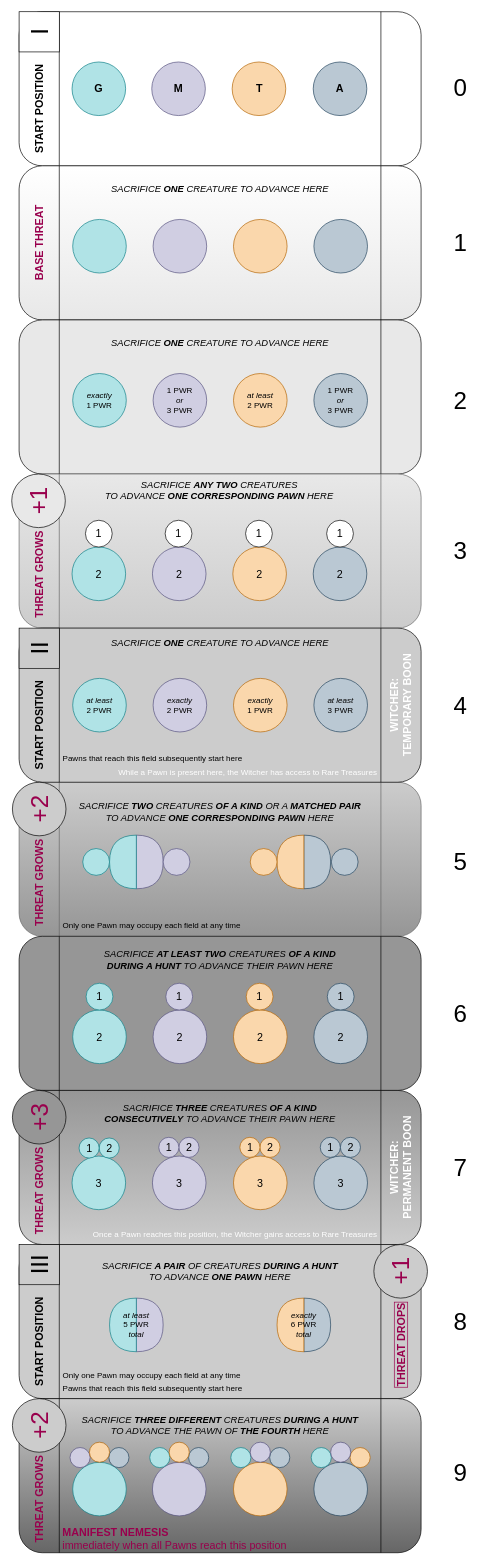
Above: Altar.drawio in eldritch-bender/OPMech (draw.io), before the change. Source tidied: cells renumbered, new cells numbered last; positions are measured from the earlier drawing's top-left corner, leaving out a move shared by most shapes. Both pictures are drawn from the tidied source at 67%, with x=0, y=0 at pixel (11, 11).
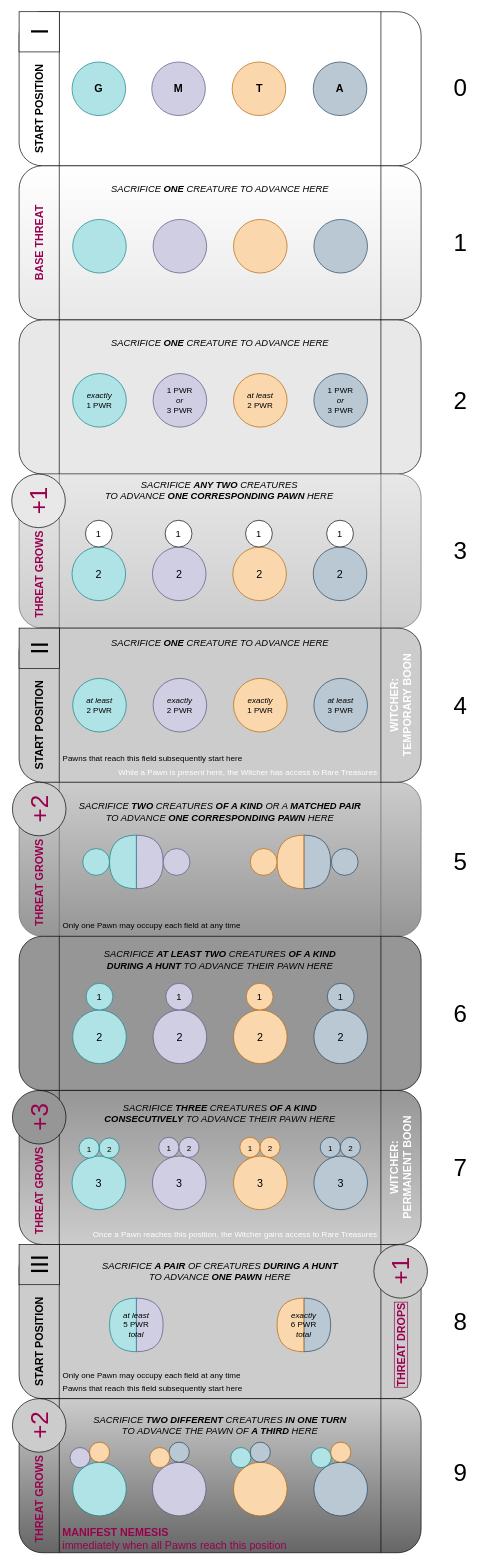
The same page after the edit.

The edit, as a diff of the source:
```diff
@@
-    <mxCell id="43" value="1" style="ellipse;whiteSpace=wrap;html=1;fontSize=16;" parent="1" vertex="1">
+    <mxCell id="43" value="&lt;font style=&quot;font-size: 14px&quot;&gt;1&lt;/font&gt;" style="ellipse;whiteSpace=wrap;html=1;fontSize=16;" parent="1" vertex="1">
       <mxGeometry x="110" y="759" width="40" height="40" as="geometry" />
     </mxCell>
-    <mxCell id="44" value="1" style="ellipse;whiteSpace=wrap;html=1;fontSize=16;" parent="1" vertex="1">
+    <mxCell id="44" value="&lt;font style=&quot;font-size: 14px&quot;&gt;1&lt;/font&gt;" style="ellipse;whiteSpace=wrap;html=1;fontSize=16;" parent="1" vertex="1">
       <mxGeometry x="229" y="759" width="40" height="40" as="geometry" />
     </mxCell>
-    <mxCell id="45" value="1" style="ellipse;whiteSpace=wrap;html=1;fontSize=16;" parent="1" vertex="1">
+    <mxCell id="45" value="&lt;font style=&quot;font-size: 14px&quot;&gt;1&lt;/font&gt;" style="ellipse;whiteSpace=wrap;html=1;fontSize=16;" parent="1" vertex="1">
       <mxGeometry x="349" y="759" width="40" height="40" as="geometry" />
     </mxCell>
-    <mxCell id="46" value="1" style="ellipse;whiteSpace=wrap;html=1;fontSize=16;" parent="1" vertex="1">
+    <mxCell id="46" value="&lt;font style=&quot;font-size: 14px&quot;&gt;1&lt;/font&gt;" style="ellipse;whiteSpace=wrap;html=1;fontSize=16;" parent="1" vertex="1">
       <mxGeometry x="470" y="759" width="40" height="40" as="geometry" />
     </mxCell>
@@
-    <mxCell id="87" value="&lt;i style=&quot;font-size: 14px&quot;&gt;SACRIFICE &lt;b&gt;THREE DIFFERENT&amp;nbsp;&lt;/b&gt;CREATURES &lt;b&gt;DURING A HUNT&lt;br&gt;&lt;/b&gt;TO ADVANCE THE PAWN OF &lt;b&gt;THE FOURTH&lt;/b&gt; HERE&lt;/i&gt;" style="text;html=1;strokeColor=none;fillColor=none;align=center;verticalAlign=middle;whiteSpace=wrap;rounded=1;" parent="1" vertex="1">
+    <mxCell id="87" value="&lt;i style=&quot;font-size: 14px&quot;&gt;SACRIFICE &lt;b&gt;TWO DIFFERENT&amp;nbsp;&lt;/b&gt;CREATURES &lt;b&gt;IN ONE TURN&lt;br&gt;&lt;/b&gt;TO ADVANCE THE PAWN OF&amp;nbsp;&lt;b&gt;A THIRD&amp;nbsp;&lt;/b&gt;HERE&lt;/i&gt;" style="text;html=1;strokeColor=none;fillColor=none;align=center;verticalAlign=middle;whiteSpace=wrap;rounded=1;" parent="1" vertex="1">
       <mxGeometry x="71" y="2095" width="480" height="30" as="geometry" />
     </mxCell>
-    <mxCell id="88" style="ellipse;whiteSpace=wrap;html=1;labelBackgroundColor=none;labelBorderColor=none;fontSize=16;fillColor=#bac8d3;align=center;verticalAlign=middle;strokeColor=#23445d;" parent="1" vertex="1">
-      <mxGeometry x="145" y="2143" width="30" height="30" as="geometry" />
-    </mxCell>
@@
-    <mxCell id="92" style="ellipse;whiteSpace=wrap;html=1;labelBackgroundColor=none;labelBorderColor=none;fontSize=16;fillColor=#bac8d3;align=center;verticalAlign=middle;strokeColor=#23445d;" parent="1" vertex="1">
-      <mxGeometry x="264" y="2143" width="30" height="30" as="geometry" />
-    </mxCell>
-    <mxCell id="93" style="ellipse;whiteSpace=wrap;html=1;labelBackgroundColor=none;labelBorderColor=none;fontSize=16;fillColor=#b0e3e6;align=center;verticalAlign=middle;strokeColor=#0e8088;" parent="1" vertex="1">
-      <mxGeometry x="206" y="2143" width="30" height="30" as="geometry" />
-    </mxCell>
-    <mxCell id="94" style="ellipse;whiteSpace=wrap;html=1;labelBackgroundColor=none;labelBorderColor=none;fontSize=16;fillColor=#fad7ac;align=center;verticalAlign=middle;strokeColor=#b46504;" parent="1" vertex="1">
+    <mxCell id="94" style="ellipse;whiteSpace=wrap;html=1;labelBackgroundColor=none;labelBorderColor=none;fontSize=16;fillColor=#bac8d3;align=center;verticalAlign=middle;strokeColor=#23445d;" parent="1" vertex="1">
       <mxGeometry x="235" y="2135" width="30" height="30" as="geometry" />
     </mxCell>
@@
-    <mxCell id="96" style="ellipse;whiteSpace=wrap;html=1;labelBackgroundColor=none;labelBorderColor=none;fontSize=16;fillColor=#bac8d3;align=center;verticalAlign=middle;strokeColor=#23445d;" parent="1" vertex="1">
-      <mxGeometry x="385" y="2143" width="30" height="30" as="geometry" />
-    </mxCell>
@@
-    <mxCell id="98" style="ellipse;whiteSpace=wrap;html=1;labelBackgroundColor=none;labelBorderColor=none;fontSize=16;fillColor=#d0cee2;align=center;verticalAlign=middle;strokeColor=#56517e;" parent="1" vertex="1">
-      <mxGeometry x="356" y="2135" width="30" height="30" as="geometry" />
-    </mxCell>
@@
-    <mxCell id="100" style="ellipse;whiteSpace=wrap;html=1;labelBackgroundColor=none;labelBorderColor=none;fontSize=16;fillColor=#fad7ac;align=center;verticalAlign=middle;strokeColor=#b46504;" parent="1" vertex="1">
-      <mxGeometry x="505" y="2143" width="30" height="30" as="geometry" />
-    </mxCell>
@@
-    <mxCell id="102" style="ellipse;whiteSpace=wrap;html=1;labelBackgroundColor=none;labelBorderColor=none;fontSize=16;fillColor=#d0cee2;align=center;verticalAlign=middle;strokeColor=#56517e;" parent="1" vertex="1">
+    <mxCell id="102" style="ellipse;whiteSpace=wrap;html=1;labelBackgroundColor=none;labelBorderColor=none;fontSize=16;fillColor=#fad7ac;align=center;verticalAlign=middle;strokeColor=#b46504;" parent="1" vertex="1">
       <mxGeometry x="476" y="2135" width="30" height="30" as="geometry" />
     </mxCell>
@@
-    <mxCell id="121" value="1" style="ellipse;whiteSpace=wrap;html=1;fontSize=16;fillColor=#b0e3e6;strokeColor=#0e8088;" parent="1" vertex="1">
+    <mxCell id="121" value="&lt;font style=&quot;font-size: 14px&quot;&gt;1&lt;/font&gt;" style="ellipse;whiteSpace=wrap;html=1;fontSize=16;fillColor=#b0e3e6;strokeColor=#0e8088;" parent="1" vertex="1">
       <mxGeometry x="111" y="1450" width="40" height="40" as="geometry" />
     </mxCell>
-    <mxCell id="122" value="1" style="ellipse;whiteSpace=wrap;html=1;fontSize=16;fillColor=#d0cee2;strokeColor=#56517e;" parent="1" vertex="1">
+    <mxCell id="122" value="&lt;font style=&quot;font-size: 14px&quot;&gt;1&lt;/font&gt;" style="ellipse;whiteSpace=wrap;html=1;fontSize=16;fillColor=#d0cee2;strokeColor=#56517e;" parent="1" vertex="1">
       <mxGeometry x="230" y="1450" width="40" height="40" as="geometry" />
     </mxCell>
-    <mxCell id="123" value="1" style="ellipse;whiteSpace=wrap;html=1;fontSize=16;fillColor=#fad7ac;strokeColor=#b46504;" parent="1" vertex="1">
+    <mxCell id="123" value="&lt;font style=&quot;font-size: 14px&quot;&gt;1&lt;/font&gt;" style="ellipse;whiteSpace=wrap;html=1;fontSize=16;fillColor=#fad7ac;strokeColor=#b46504;" parent="1" vertex="1">
       <mxGeometry x="350" y="1450" width="40" height="40" as="geometry" />
     </mxCell>
-    <mxCell id="124" value="1" style="ellipse;whiteSpace=wrap;html=1;fontSize=16;fillColor=#bac8d3;strokeColor=#23445d;" parent="1" vertex="1">
+    <mxCell id="124" value="&lt;font style=&quot;font-size: 14px&quot;&gt;1&lt;/font&gt;" style="ellipse;whiteSpace=wrap;html=1;fontSize=16;fillColor=#bac8d3;strokeColor=#23445d;" parent="1" vertex="1">
       <mxGeometry x="471" y="1450" width="40" height="40" as="geometry" />
     </mxCell>
@@
-    <mxCell id="131" value="2" style="ellipse;whiteSpace=wrap;html=1;labelBackgroundColor=none;labelBorderColor=none;fontSize=16;fillColor=#b0e3e6;align=center;verticalAlign=middle;strokeColor=#0e8088;" parent="1" vertex="1">
+    <mxCell id="131" value="&lt;font style=&quot;font-size: 12px&quot;&gt;2&lt;/font&gt;" style="ellipse;whiteSpace=wrap;html=1;labelBackgroundColor=none;labelBorderColor=none;fontSize=16;fillColor=#b0e3e6;align=center;verticalAlign=middle;strokeColor=#0e8088;" parent="1" vertex="1">
       <mxGeometry x="130.5" y="1681" width="30" height="30" as="geometry" />
     </mxCell>
-    <mxCell id="132" value="1" style="ellipse;whiteSpace=wrap;html=1;labelBackgroundColor=none;labelBorderColor=none;fontSize=16;fillColor=#b0e3e6;align=center;verticalAlign=middle;strokeColor=#0e8088;" parent="1" vertex="1">
+    <mxCell id="132" value="&lt;font style=&quot;font-size: 12px&quot;&gt;1&lt;/font&gt;" style="ellipse;whiteSpace=wrap;html=1;labelBackgroundColor=none;labelBorderColor=none;fontSize=16;fillColor=#b0e3e6;align=center;verticalAlign=middle;strokeColor=#0e8088;" parent="1" vertex="1">
       <mxGeometry x="100.5" y="1681" width="30" height="30" as="geometry" />
     </mxCell>
@@
-    <mxCell id="134" value="2" style="ellipse;whiteSpace=wrap;html=1;labelBackgroundColor=none;labelBorderColor=none;fontSize=16;fillColor=#d0cee2;align=center;verticalAlign=middle;strokeColor=#56517e;" parent="1" vertex="1">
+    <mxCell id="134" value="&lt;font style=&quot;font-size: 12px&quot;&gt;2&lt;/font&gt;" style="ellipse;whiteSpace=wrap;html=1;labelBackgroundColor=none;labelBorderColor=none;fontSize=16;fillColor=#d0cee2;align=center;verticalAlign=middle;strokeColor=#56517e;" parent="1" vertex="1">
       <mxGeometry x="249.5" y="1680" width="30" height="30" as="geometry" />
     </mxCell>
-    <mxCell id="135" value="1" style="ellipse;whiteSpace=wrap;html=1;labelBackgroundColor=none;labelBorderColor=none;fontSize=16;fillColor=#d0cee2;align=center;verticalAlign=middle;strokeColor=#56517e;" parent="1" vertex="1">
+    <mxCell id="135" value="&lt;font style=&quot;font-size: 12px&quot;&gt;1&lt;/font&gt;" style="ellipse;whiteSpace=wrap;html=1;labelBackgroundColor=none;labelBorderColor=none;fontSize=16;fillColor=#d0cee2;align=center;verticalAlign=middle;strokeColor=#56517e;" parent="1" vertex="1">
       <mxGeometry x="219.5" y="1680" width="30" height="30" as="geometry" />
     </mxCell>
@@
-    <mxCell id="137" value="2" style="ellipse;whiteSpace=wrap;html=1;labelBackgroundColor=none;labelBorderColor=none;fontSize=16;fillColor=#fad7ac;align=center;verticalAlign=middle;strokeColor=#b46504;" parent="1" vertex="1">
+    <mxCell id="137" value="&lt;font style=&quot;font-size: 12px&quot;&gt;2&lt;/font&gt;" style="ellipse;whiteSpace=wrap;html=1;labelBackgroundColor=none;labelBorderColor=none;fontSize=16;fillColor=#fad7ac;align=center;verticalAlign=middle;strokeColor=#b46504;" parent="1" vertex="1">
       <mxGeometry x="370.5" y="1680" width="30" height="30" as="geometry" />
     </mxCell>
-    <mxCell id="138" value="1" style="ellipse;whiteSpace=wrap;html=1;labelBackgroundColor=none;labelBorderColor=none;fontSize=16;fillColor=#fad7ac;align=center;verticalAlign=middle;strokeColor=#b46504;" parent="1" vertex="1">
+    <mxCell id="138" value="&lt;font style=&quot;font-size: 12px&quot;&gt;1&lt;/font&gt;" style="ellipse;whiteSpace=wrap;html=1;labelBackgroundColor=none;labelBorderColor=none;fontSize=16;fillColor=#fad7ac;align=center;verticalAlign=middle;strokeColor=#b46504;" parent="1" vertex="1">
       <mxGeometry x="340.5" y="1680" width="30" height="30" as="geometry" />
     </mxCell>
@@
-    <mxCell id="140" value="2" style="ellipse;whiteSpace=wrap;html=1;labelBackgroundColor=none;labelBorderColor=none;fontSize=16;fillColor=#bac8d3;align=center;verticalAlign=middle;strokeColor=#23445d;" parent="1" vertex="1">
+    <mxCell id="140" value="&lt;font style=&quot;font-size: 12px&quot;&gt;2&lt;/font&gt;" style="ellipse;whiteSpace=wrap;html=1;labelBackgroundColor=none;labelBorderColor=none;fontSize=16;fillColor=#bac8d3;align=center;verticalAlign=middle;strokeColor=#23445d;" parent="1" vertex="1">
       <mxGeometry x="490.5" y="1680" width="30" height="30" as="geometry" />
     </mxCell>
-    <mxCell id="141" value="1" style="ellipse;whiteSpace=wrap;html=1;labelBackgroundColor=none;labelBorderColor=none;fontSize=16;fillColor=#bac8d3;align=center;verticalAlign=middle;strokeColor=#23445d;" parent="1" vertex="1">
+    <mxCell id="141" value="&lt;font style=&quot;font-size: 12px&quot;&gt;1&lt;/font&gt;" style="ellipse;whiteSpace=wrap;html=1;labelBackgroundColor=none;labelBorderColor=none;fontSize=16;fillColor=#bac8d3;align=center;verticalAlign=middle;strokeColor=#23445d;" parent="1" vertex="1">
       <mxGeometry x="460.5" y="1680" width="30" height="30" as="geometry" />
     </mxCell>
+    <mxCell id="142" style="ellipse;whiteSpace=wrap;html=1;labelBackgroundColor=none;labelBorderColor=none;fontSize=16;fillColor=#fad7ac;align=center;verticalAlign=middle;strokeColor=#b46504;" parent="1" vertex="1">
+      <mxGeometry x="206" y="2143" width="30" height="30" as="geometry" />
+    </mxCell>
+    <mxCell id="143" style="ellipse;whiteSpace=wrap;html=1;labelBackgroundColor=none;labelBorderColor=none;fontSize=16;fillColor=#bac8d3;align=center;verticalAlign=middle;strokeColor=#23445d;" parent="1" vertex="1">
+      <mxGeometry x="356" y="2135" width="30" height="30" as="geometry" />
+    </mxCell>
```
